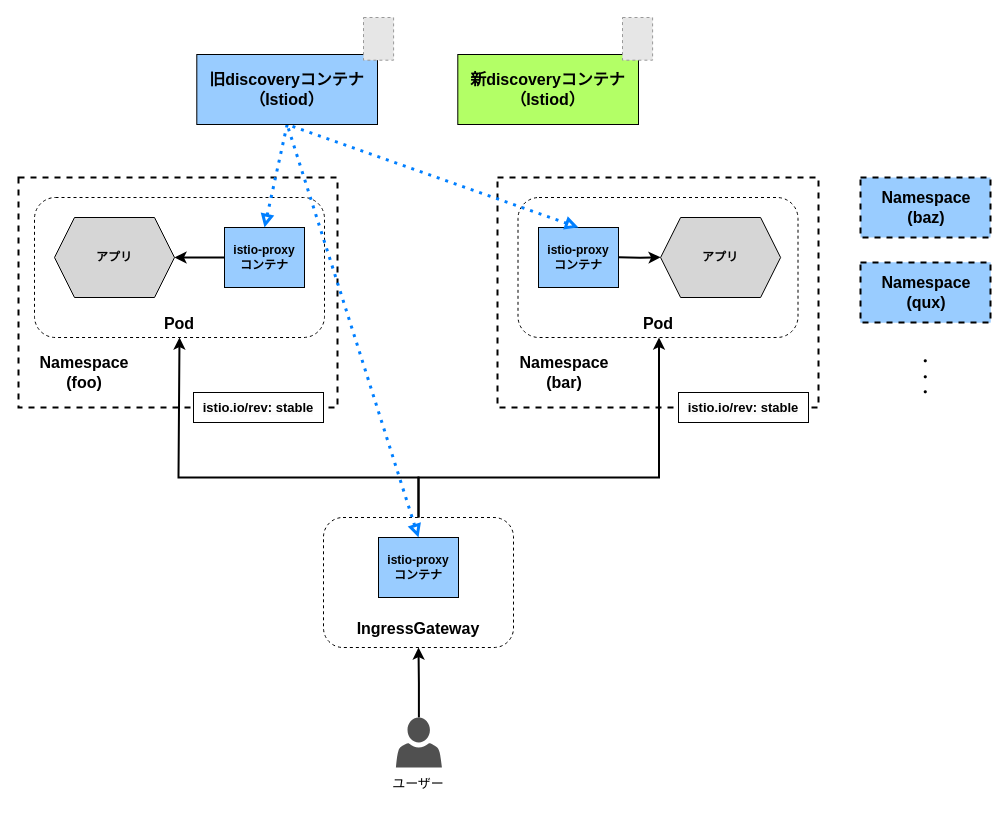
Earlier version of the draw.io diagram page "istio_canary-upgrade_2" (6 of 18) of images/drawio/istio/upgrade_istio.drawio (hiroki-it/tech-notebook-images). Source tidied: cells renumbered, new cells numbered last; positions are measured from the earlier drawing's top-left corner, leaving out a move shared by most shapes. Both pictures are drawn from the tidied source at 100%, with x=0, y=0 at pixel (18, 17). Pictures stored in the file or linked from it are replaced by grey dashed boxes.
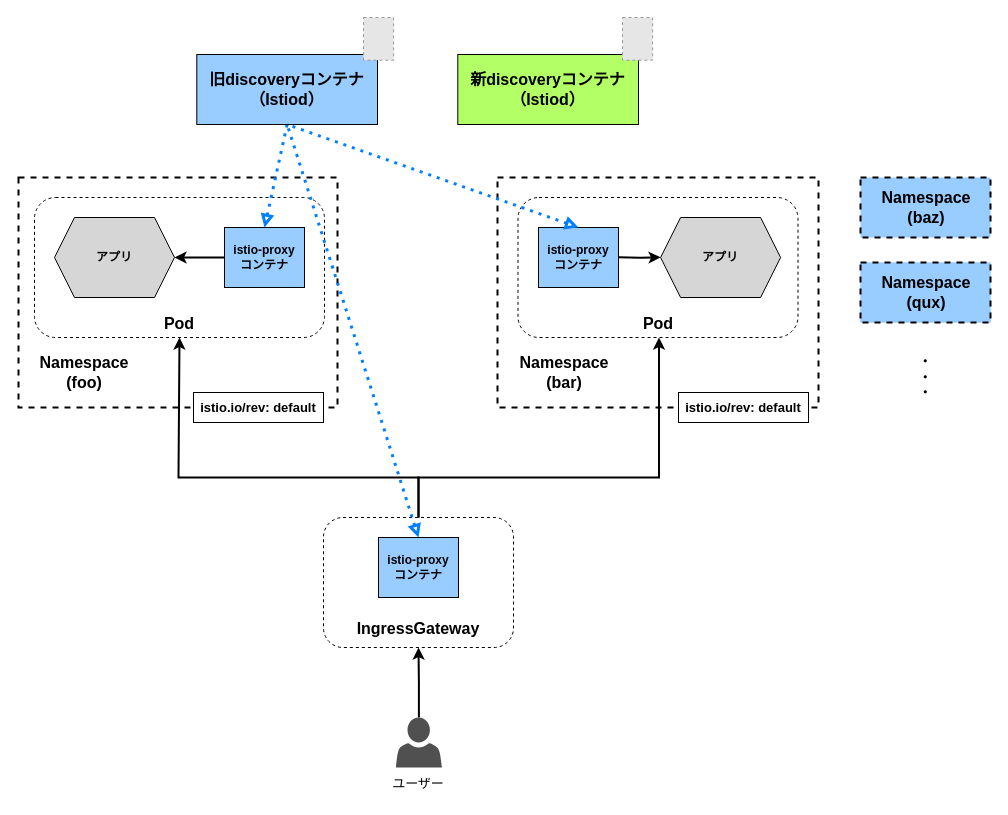
Above is the later version.

Change to the diagram source:
```diff
@@
-    <mxCell id="45" value="&lt;span style=&quot;border-color: var(--border-color); color: rgb(0, 0, 0); font-family: Helvetica; font-size: 13px; font-style: normal; font-variant-ligatures: normal; font-variant-caps: normal; letter-spacing: normal; orphans: 2; text-indent: 0px; text-transform: none; widows: 2; word-spacing: 0px; -webkit-text-stroke-width: 0px; background-color: rgb(251, 251, 251); text-decoration-thickness: initial; text-decoration-style: initial; text-decoration-color: initial;&quot;&gt;istio.io/rev: stable&lt;/span&gt;" style="text;whiteSpace=wrap;html=1;fontSize=13;align=center;verticalAlign=middle;fillColor=default;fontStyle=1;strokeColor=default;" parent="1" vertex="1">
+    <mxCell id="45" value="&lt;span style=&quot;border-color: var(--border-color); color: rgb(0, 0, 0); font-family: Helvetica; font-size: 13px; font-style: normal; font-variant-ligatures: normal; font-variant-caps: normal; letter-spacing: normal; orphans: 2; text-indent: 0px; text-transform: none; widows: 2; word-spacing: 0px; -webkit-text-stroke-width: 0px; background-color: rgb(251, 251, 251); text-decoration-thickness: initial; text-decoration-style: initial; text-decoration-color: initial;&quot;&gt;istio.io/rev:&amp;nbsp;&lt;/span&gt;default" style="text;whiteSpace=wrap;html=1;fontSize=13;align=center;verticalAlign=middle;fillColor=default;fontStyle=1;strokeColor=default;" parent="1" vertex="1">
       <mxGeometry x="660" y="375" width="130" height="30" as="geometry" />
     </mxCell>
-    <mxCell id="46" value="&lt;span style=&quot;border-color: var(--border-color); color: rgb(0, 0, 0); font-family: Helvetica; font-size: 13px; font-style: normal; font-variant-ligatures: normal; font-variant-caps: normal; letter-spacing: normal; orphans: 2; text-indent: 0px; text-transform: none; widows: 2; word-spacing: 0px; -webkit-text-stroke-width: 0px; background-color: rgb(251, 251, 251); text-decoration-thickness: initial; text-decoration-style: initial; text-decoration-color: initial;&quot;&gt;istio.io/rev: stable&lt;/span&gt;" style="text;whiteSpace=wrap;html=1;fontSize=13;align=center;verticalAlign=middle;fillColor=default;fontStyle=1;strokeColor=default;" parent="1" vertex="1">
+    <mxCell id="46" value="&lt;span style=&quot;border-color: var(--border-color); color: rgb(0, 0, 0); font-family: Helvetica; font-size: 13px; font-style: normal; font-variant-ligatures: normal; font-variant-caps: normal; letter-spacing: normal; orphans: 2; text-indent: 0px; text-transform: none; widows: 2; word-spacing: 0px; -webkit-text-stroke-width: 0px; background-color: rgb(251, 251, 251); text-decoration-thickness: initial; text-decoration-style: initial; text-decoration-color: initial;&quot;&gt;istio.io/rev:&amp;nbsp;&lt;/span&gt;default" style="text;whiteSpace=wrap;html=1;fontSize=13;align=center;verticalAlign=middle;fillColor=default;fontStyle=1;strokeColor=default;" parent="1" vertex="1">
       <mxGeometry x="175" y="375" width="130" height="30" as="geometry" />
     </mxCell>
```
